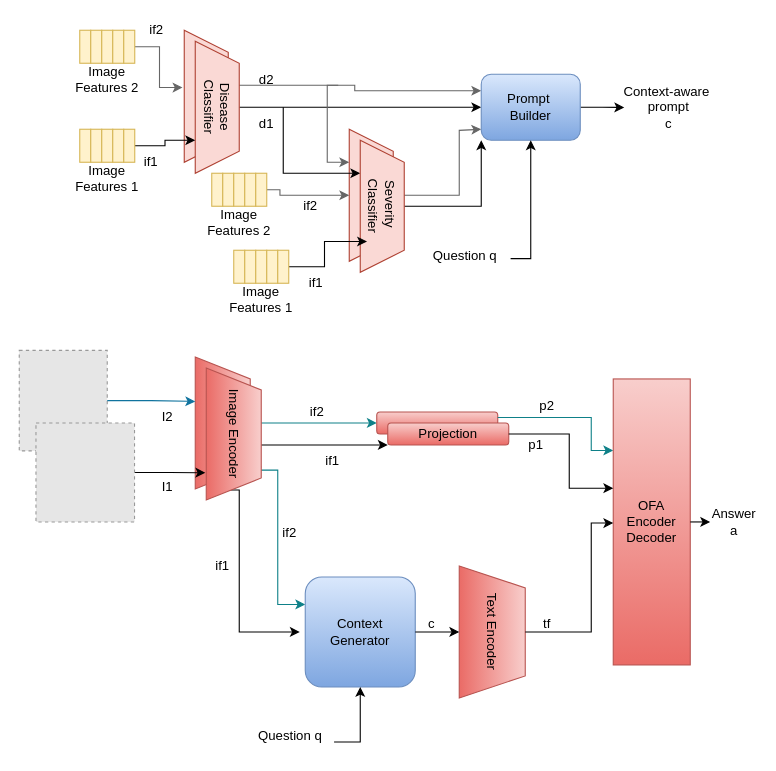
Before: page "Page-2" (2 of 2) of figure/Untitled Diagram.drawio in sebtum/context-aware-diffvqa, a draw.io diagram. Source tidied: cells renumbered, new cells numbered last; positions are measured from the earlier drawing's top-left corner, leaving out a move shared by most shapes. Both pictures are drawn from the tidied source at 110%, with x=0, y=0 at pixel (19, 19). Pictures stored in the file or linked from it are replaced by grey dashed boxes.
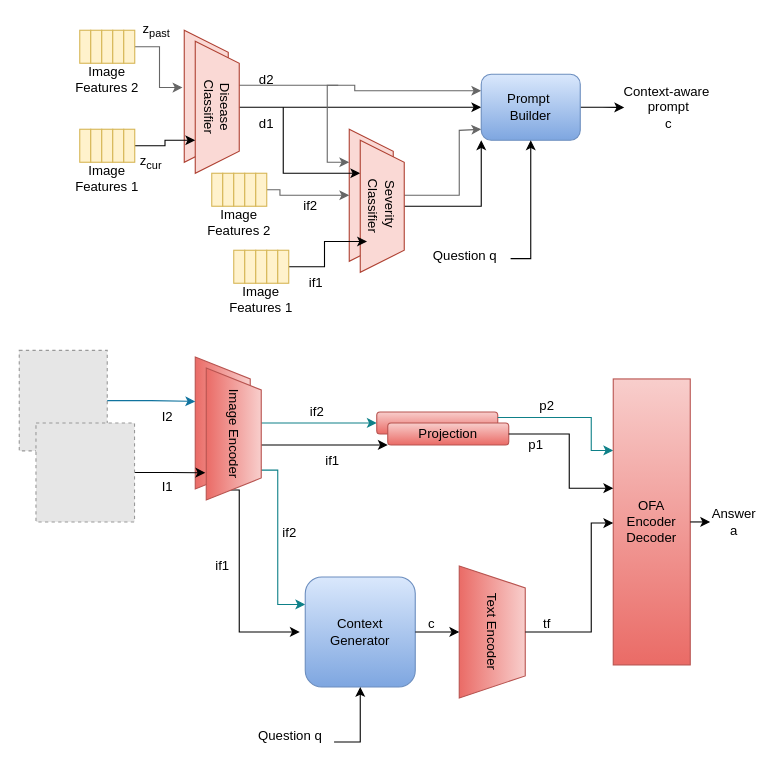
Above is the later version.

Change to the diagram source:
```diff
@@
-    <mxCell id="76" value="if1" style="text;html=1;align=center;verticalAlign=middle;whiteSpace=wrap;rounded=0;" parent="1" vertex="1">
+    <mxCell id="76" value="z&lt;sub&gt;cur&lt;/sub&gt;" style="text;html=1;align=center;verticalAlign=middle;whiteSpace=wrap;rounded=0;" parent="1" vertex="1">
       <mxGeometry x="105" y="120" width="30" height="20" as="geometry" />
     </mxCell>
-    <mxCell id="77" value="if2" style="text;html=1;align=center;verticalAlign=middle;whiteSpace=wrap;rounded=0;" parent="1" vertex="1">
+    <mxCell id="77" value="z&lt;sub&gt;past&lt;/sub&gt;" style="text;html=1;align=center;verticalAlign=middle;whiteSpace=wrap;rounded=0;" parent="1" vertex="1">
       <mxGeometry x="110" width="30" height="20" as="geometry" />
     </mxCell>
```
